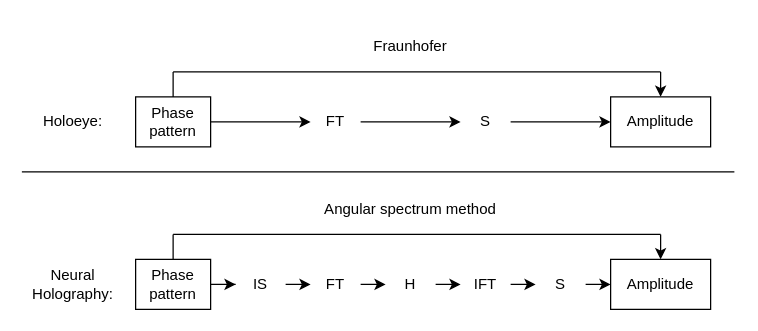
Above: documentation/images/propagation.drawio in nbaehler/mask-designer (draw.io), before the change. Source tidied: cells renumbered, new cells numbered last; positions are measured from the earlier drawing's top-left corner, leaving out a move shared by most shapes. Both pictures are drawn from the tidied source at 125%, with x=0, y=0 at pixel (21, 21).
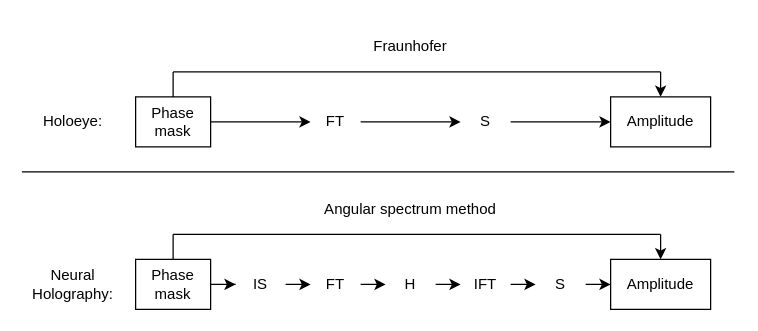
After the change.

Diff of the diagram source:
```diff
@@
-    <mxCell id="4" value="&lt;div&gt;Phase pattern&lt;/div&gt;" style="text;html=1;align=center;verticalAlign=middle;whiteSpace=wrap;rounded=0;strokeColor=default;" parent="1" vertex="1">
+    <mxCell id="4" value="&lt;div&gt;Phase mask&lt;/div&gt;" style="text;html=1;align=center;verticalAlign=middle;whiteSpace=wrap;rounded=0;strokeColor=default;" parent="1" vertex="1">
       <mxGeometry x="91" y="60" width="60" height="40" as="geometry" />
     </mxCell>
@@
-    <mxCell id="12" value="&lt;div&gt;Phase pattern&lt;/div&gt;" style="text;html=1;align=center;verticalAlign=middle;whiteSpace=wrap;rounded=0;strokeColor=default;" parent="1" vertex="1">
+    <mxCell id="12" value="&lt;div&gt;Phase mask&lt;/div&gt;" style="text;html=1;align=center;verticalAlign=middle;whiteSpace=wrap;rounded=0;strokeColor=default;" parent="1" vertex="1">
       <mxGeometry x="91" y="190" width="60" height="40" as="geometry" />
     </mxCell>
```
